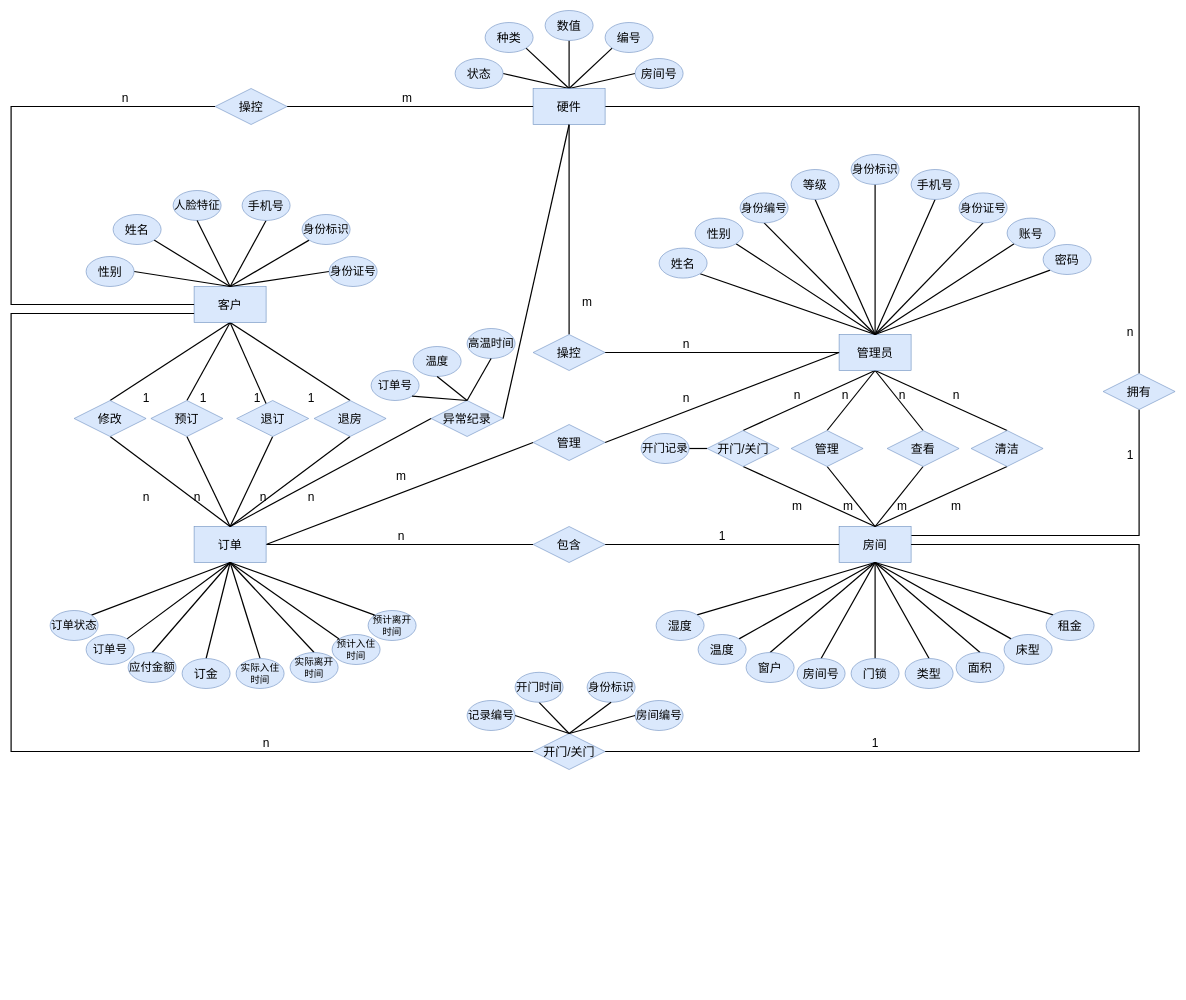
Before: docs/src/E-R图.drawio in AndSonder/smart-hotel-database, a draw.io diagram. Source tidied: cells renumbered, new cells numbered last; positions are measured from the earlier drawing's top-left corner, leaving out a move shared by most shapes. Both pictures are drawn from the tidied source at 60%, with x=0, y=0 at pixel (11, 10).
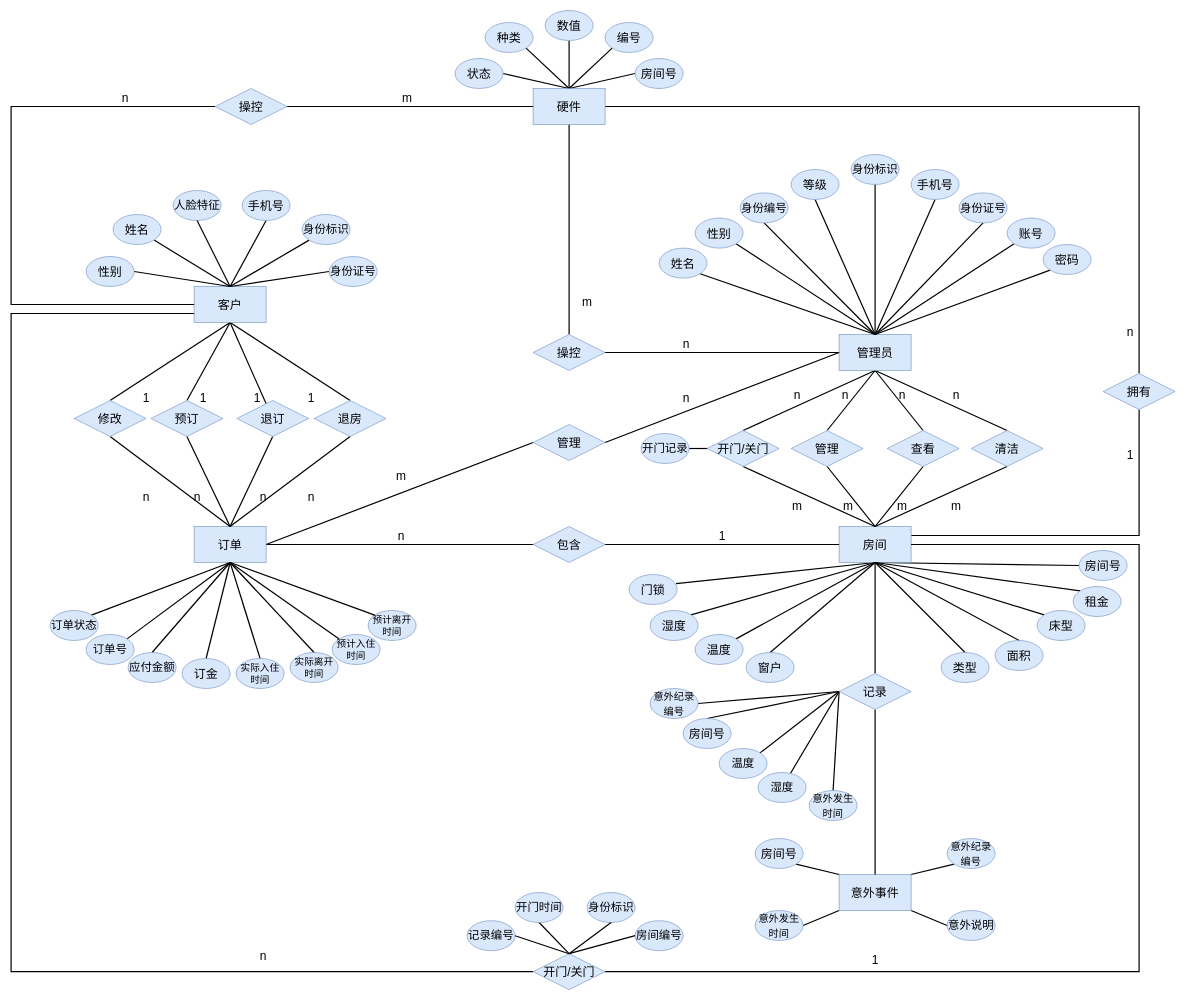
After the change.

Unchanged cells that the change refers to:
```xml
<mxCell id="6" value="客户" style="rounded=0;whiteSpace=wrap;html=1;fillColor=#dae8fc;strokeColor=#6c8ebf;fontSize=20;" parent="1" vertex="1">
  <mxGeometry x="305" y="460" width="120" height="60" as="geometry" />
</mxCell>
<mxCell id="9" value="订单" style="rounded=0;whiteSpace=wrap;html=1;fillColor=#dae8fc;strokeColor=#6c8ebf;fontSize=20;" parent="1" vertex="1">
  <mxGeometry x="305" y="860" width="120" height="60" as="geometry" />
</mxCell>
<mxCell id="16" value="房间" style="rounded=0;whiteSpace=wrap;html=1;fillColor=#dae8fc;strokeColor=#6c8ebf;fontSize=20;" parent="1" vertex="1">
  <mxGeometry x="1380" y="860" width="120" height="60" as="geometry" />
</mxCell>
<mxCell id="36" value="硬件" style="rounded=0;whiteSpace=wrap;html=1;fillColor=#dae8fc;strokeColor=#6c8ebf;fontSize=20;" parent="1" vertex="1">
  <mxGeometry x="870" y="130" width="120" height="60" as="geometry" />
</mxCell>
```

What changed in the source:
```diff
@@
+    <mxCell id="172" style="edgeStyle=none;rounded=0;jettySize=auto;html=1;exitX=0.5;exitY=1;exitDx=0;exitDy=0;entryX=0.979;entryY=0.307;entryDx=0;entryDy=0;entryPerimeter=0;endArrow=none;endFill=0;strokeWidth=2;" parent="1" edge="1" source="16" target="141">
+      <mxGeometry relative="1" as="geometry" />
+    </mxCell>
+    <mxCell id="173" style="edgeStyle=none;rounded=0;jettySize=auto;html=1;exitX=0.5;exitY=1;exitDx=0;exitDy=0;entryX=0.5;entryY=0;entryDx=0;entryDy=0;endArrow=none;endFill=0;strokeWidth=2;" parent="1" edge="1" source="16" target="186">
+      <mxGeometry relative="1" as="geometry" />
+    </mxCell>
+    <mxCell id="174" style="edgeStyle=none;rounded=0;jettySize=auto;html=1;exitX=0.5;exitY=1;exitDx=0;exitDy=0;entryX=0;entryY=0.5;entryDx=0;entryDy=0;endArrow=none;endFill=0;strokeWidth=2;" parent="1" edge="1" source="16" target="131">
+      <mxGeometry relative="1" as="geometry" />
+    </mxCell>
@@
     <mxCell id="69" style="edgeStyle=orthogonalEdgeStyle;rounded=0;jettySize=auto;html=1;exitX=0;exitY=0.5;exitDx=0;exitDy=0;entryX=0;entryY=0.75;entryDx=0;entryDy=0;strokeWidth=2;endArrow=none;endFill=0;" parent="1" edge="1" source="71" target="6">
       <mxGeometry relative="1" as="geometry">
         <Array as="points">
-          <mxPoint y="1235" />
+          <mxPoint y="1602" />
           <mxPoint y="505" />
         </Array>
       </mxGeometry>
     </mxCell>
     <mxCell id="70" style="edgeStyle=orthogonalEdgeStyle;rounded=0;jettySize=auto;html=1;exitX=1;exitY=0.5;exitDx=0;exitDy=0;entryX=1;entryY=0.5;entryDx=0;entryDy=0;endArrow=none;endFill=0;strokeWidth=2;" parent="1" edge="1" source="71" target="16">
       <mxGeometry relative="1" as="geometry">
         <Array as="points">
-          <mxPoint x="1880" y="1235" />
+          <mxPoint x="1880" y="1602" />
           <mxPoint x="1880" y="890" />
         </Array>
       </mxGeometry>
     </mxCell>
     <mxCell id="71" value="开门/关门" style="rhombus;whiteSpace=wrap;html=1;fillColor=#dae8fc;strokeColor=#6c8ebf;fontSize=20;" parent="1" vertex="1">
-      <mxGeometry x="870" y="1205" width="120" height="60" as="geometry" />
+      <mxGeometry x="870" y="1572" width="120" height="60" as="geometry" />
     </mxCell>
     <mxCell id="72" value="n" style="text;html=1;align=center;verticalAlign=middle;strokeColor=none;fontSize=20;" parent="1" vertex="1">
-      <mxGeometry x="410" y="1205" width="30" height="30" as="geometry" />
+      <mxGeometry x="405" y="1560" width="30" height="30" as="geometry" />
     </mxCell>
     <mxCell id="73" value="1" style="text;html=1;align=center;verticalAlign=middle;strokeColor=none;fontSize=20;" parent="1" vertex="1">
-      <mxGeometry x="1425" y="1205" width="30" height="30" as="geometry" />
+      <mxGeometry x="1425" y="1567" width="30" height="30" as="geometry" />
     </mxCell>
@@
     <mxCell id="83" value="温度" style="ellipse;whiteSpace=wrap;html=1;fontSize=20;fillColor=#dae8fc;strokeColor=#6c8ebf;" parent="1" vertex="1">
-      <mxGeometry x="1145" y="1040" width="80" height="50" as="geometry" />
+      <mxGeometry x="1140" y="1040" width="80" height="50" as="geometry" />
     </mxCell>
@@
     <mxCell id="85" value="湿度" style="ellipse;whiteSpace=wrap;html=1;fontSize=20;fillColor=#dae8fc;strokeColor=#6c8ebf;" parent="1" vertex="1">
-      <mxGeometry x="1075" y="1000" width="80" height="50" as="geometry" />
+      <mxGeometry x="1065" y="1000" width="80" height="50" as="geometry" />
     </mxCell>
@@
-    <mxCell id="130" style="edgeStyle=none;rounded=0;jettySize=auto;html=1;exitX=0.5;exitY=0;exitDx=0;exitDy=0;entryX=0.5;entryY=1;entryDx=0;entryDy=0;fontSize=20;startArrow=none;startFill=0;endArrow=none;endFill=0;strokeWidth=2;" parent="1" edge="1" source="131" target="16">
-      <mxGeometry relative="1" as="geometry" />
-    </mxCell>
     <mxCell id="131" value="房间号" style="ellipse;whiteSpace=wrap;html=1;fontSize=20;fillColor=#dae8fc;strokeColor=#6c8ebf;" parent="1" vertex="1">
-      <mxGeometry x="1310" y="1080" width="80" height="50" as="geometry" />
+      <mxGeometry x="1780" y="900" width="80" height="50" as="geometry" />
     </mxCell>
@@
     <mxCell id="133" value="类型" style="ellipse;whiteSpace=wrap;html=1;fontSize=20;fillColor=#dae8fc;strokeColor=#6c8ebf;" parent="1" vertex="1">
-      <mxGeometry x="1490" y="1080" width="80" height="50" as="geometry" />
+      <mxGeometry x="1550" y="1070" width="80" height="50" as="geometry" />
     </mxCell>
@@
     <mxCell id="135" value="床型" style="ellipse;whiteSpace=wrap;html=1;fontSize=20;fillColor=#dae8fc;strokeColor=#6c8ebf;" parent="1" vertex="1">
-      <mxGeometry x="1655" y="1040" width="80" height="50" as="geometry" />
+      <mxGeometry x="1710" y="1000" width="80" height="50" as="geometry" />
     </mxCell>
@@
     <mxCell id="137" value="面积" style="ellipse;whiteSpace=wrap;html=1;fontSize=20;fillColor=#dae8fc;strokeColor=#6c8ebf;" parent="1" vertex="1">
-      <mxGeometry x="1575" y="1070" width="80" height="50" as="geometry" />
+      <mxGeometry x="1640" y="1050" width="80" height="50" as="geometry" />
     </mxCell>
@@
-    <mxCell id="140" style="edgeStyle=none;rounded=0;jettySize=auto;html=1;exitX=0.5;exitY=0;exitDx=0;exitDy=0;entryX=0.5;entryY=1;entryDx=0;entryDy=0;fontSize=20;startArrow=none;startFill=0;endArrow=none;endFill=0;strokeWidth=2;" parent="1" edge="1" source="141" target="16">
-      <mxGeometry relative="1" as="geometry" />
-    </mxCell>
     <mxCell id="141" value="门锁" style="ellipse;whiteSpace=wrap;html=1;fontSize=20;fillColor=#dae8fc;strokeColor=#6c8ebf;" parent="1" vertex="1">
-      <mxGeometry x="1400" y="1080" width="80" height="50" as="geometry" />
+      <mxGeometry x="1030" y="940" width="80" height="50" as="geometry" />
     </mxCell>
@@
     <mxCell id="143" value="租金" style="ellipse;whiteSpace=wrap;html=1;fontSize=20;fillColor=#dae8fc;strokeColor=#6c8ebf;" parent="1" vertex="1">
-      <mxGeometry x="1725" y="1000" width="80" height="50" as="geometry" />
+      <mxGeometry x="1770" y="960" width="80" height="50" as="geometry" />
     </mxCell>
@@
     <mxCell id="146" value="开门时间" style="ellipse;whiteSpace=wrap;html=1;fontSize=19;fillColor=#dae8fc;strokeColor=#6c8ebf;" parent="1" vertex="1">
-      <mxGeometry x="840" y="1103" width="80" height="50" as="geometry" />
+      <mxGeometry x="840" y="1470" width="80" height="50" as="geometry" />
     </mxCell>
@@
     <mxCell id="154" value="身份标识" style="ellipse;whiteSpace=wrap;html=1;fontSize=19;fillColor=#dae8fc;strokeColor=#6c8ebf;" parent="1" vertex="1">
-      <mxGeometry x="960" y="1103" width="80" height="50" as="geometry" />
+      <mxGeometry x="960" y="1470" width="80" height="50" as="geometry" />
     </mxCell>
     <mxCell id="155" value="房间编号" style="ellipse;whiteSpace=wrap;html=1;fontSize=19;fillColor=#dae8fc;strokeColor=#6c8ebf;" parent="1" vertex="1">
-      <mxGeometry x="1040" y="1150" width="80" height="50" as="geometry" />
+      <mxGeometry x="1040" y="1517" width="80" height="50" as="geometry" />
     </mxCell>
     <mxCell id="156" value="记录编号" style="ellipse;whiteSpace=wrap;html=1;fontSize=19;fillColor=#dae8fc;strokeColor=#6c8ebf;" parent="1" vertex="1">
-      <mxGeometry x="760" y="1150" width="80" height="50" as="geometry" />
+      <mxGeometry x="760" y="1517" width="80" height="50" as="geometry" />
     </mxCell>
@@
-    <mxCell id="160" value="异常纪录" style="rhombus;whiteSpace=wrap;html=1;fillColor=#dae8fc;strokeColor=#6c8ebf;fontSize=20;" parent="1" vertex="1">
-      <mxGeometry x="700" y="650" width="120" height="60" as="geometry" />
-    </mxCell>
-    <mxCell id="161" style="endArrow=none;html=1;fontSize=19;strokeWidth=2;exitX=0.5;exitY=0;exitDx=0;exitDy=0;entryX=0;entryY=0.5;entryDx=0;entryDy=0;" parent="1" edge="1" source="9" target="160">
-      <mxGeometry relative="1" as="geometry" />
-    </mxCell>
-    <mxCell id="162" style="endArrow=none;html=1;fontSize=19;strokeWidth=2;entryX=0.5;entryY=1;entryDx=0;entryDy=0;exitX=1;exitY=0.5;exitDx=0;exitDy=0;" parent="1" edge="1" source="160" target="36">
-      <mxGeometry relative="1" as="geometry" />
-    </mxCell>
-    <mxCell id="163" value="&lt;span style=&quot;font-size: 19px&quot;&gt;订单号&lt;/span&gt;" style="ellipse;whiteSpace=wrap;html=1;fontSize=20;fillColor=#dae8fc;strokeColor=#6c8ebf;" parent="1" vertex="1">
-      <mxGeometry x="600" y="600" width="80" height="50" as="geometry" />
-    </mxCell>
-    <mxCell id="164" value="&lt;span style=&quot;font-size: 19px&quot;&gt;温度&lt;/span&gt;" style="ellipse;whiteSpace=wrap;html=1;fontSize=20;fillColor=#dae8fc;strokeColor=#6c8ebf;" parent="1" vertex="1">
-      <mxGeometry x="670" y="560" width="80" height="50" as="geometry" />
-    </mxCell>
-    <mxCell id="165" value="&lt;span style=&quot;font-size: 19px&quot;&gt;高温时间&lt;/span&gt;" style="ellipse;whiteSpace=wrap;html=1;fontSize=20;fillColor=#dae8fc;strokeColor=#6c8ebf;" parent="1" vertex="1">
-      <mxGeometry x="760" y="530" width="80" height="50" as="geometry" />
-    </mxCell>
-    <mxCell id="166" style="endArrow=none;html=1;fontSize=19;strokeWidth=2;entryX=0.5;entryY=0;entryDx=0;entryDy=0;exitX=0.5;exitY=1;exitDx=0;exitDy=0;" parent="1" edge="1" source="164" target="160">
-      <mxGeometry relative="1" as="geometry" />
-    </mxCell>
-    <mxCell id="167" style="endArrow=none;html=1;fontSize=19;strokeWidth=2;entryX=0.5;entryY=0;entryDx=0;entryDy=0;exitX=0.5;exitY=1;exitDx=0;exitDy=0;" parent="1" edge="1" source="165" target="160">
-      <mxGeometry relative="1" as="geometry" />
-    </mxCell>
-    <mxCell id="168" style="endArrow=none;html=1;fontSize=19;strokeWidth=2;exitX=1;exitY=1;exitDx=0;exitDy=0;entryX=0.5;entryY=0;entryDx=0;entryDy=0;" parent="1" edge="1" source="163" target="160">
-      <mxGeometry relative="1" as="geometry" />
-    </mxCell>
@@
-    <mxCell id="171" style="edgeStyle=none;rounded=0;orthogonalLoop=1;jettySize=auto;html=1;exitX=1;exitY=1;exitDx=0;exitDy=0;fontSize=19;strokeWidth=2;" parent="1" edge="1" source="160" target="160">
-      <mxGeometry relative="1" as="geometry" />
+    <mxCell id="171" style="edgeStyle=none;rounded=0;orthogonalLoop=1;jettySize=auto;html=1;exitX=1;exitY=1;exitDx=0;exitDy=0;fontSize=19;strokeWidth=2;" parent="1" edge="1">
+      <mxGeometry relative="1" as="geometry">
+        <mxPoint x="790" y="695" as="sourcePoint" />
+        <mxPoint x="790" y="695" as="targetPoint" />
+      </mxGeometry>
     </mxCell>
+    <mxCell id="175" style="edgeStyle=none;rounded=0;jettySize=auto;html=1;exitX=1;exitY=0;exitDx=0;exitDy=0;entryX=0;entryY=1;entryDx=0;entryDy=0;endArrow=none;endFill=0;strokeWidth=2;" parent="1" edge="1" source="179" target="188">
+      <mxGeometry relative="1" as="geometry" />
+    </mxCell>
+    <mxCell id="176" style="edgeStyle=none;rounded=0;jettySize=auto;html=1;exitX=1;exitY=1;exitDx=0;exitDy=0;entryX=0;entryY=0.5;entryDx=0;entryDy=0;endArrow=none;endFill=0;strokeWidth=2;" parent="1" edge="1" source="179" target="190">
+      <mxGeometry relative="1" as="geometry" />
+    </mxCell>
+    <mxCell id="177" style="edgeStyle=none;rounded=0;jettySize=auto;html=1;exitX=0;exitY=0;exitDx=0;exitDy=0;entryX=1;entryY=1;entryDx=0;entryDy=0;endArrow=none;endFill=0;strokeWidth=2;" parent="1" edge="1" source="179" target="187">
+      <mxGeometry relative="1" as="geometry" />
+    </mxCell>
+    <mxCell id="178" style="edgeStyle=none;rounded=0;jettySize=auto;html=1;exitX=0;exitY=1;exitDx=0;exitDy=0;entryX=1;entryY=0.5;entryDx=0;entryDy=0;endArrow=none;endFill=0;strokeWidth=2;" parent="1" edge="1" source="179" target="189">
+      <mxGeometry relative="1" as="geometry" />
+    </mxCell>
+    <mxCell id="179" value="意外事件" style="rounded=0;whiteSpace=wrap;html=1;fillColor=#dae8fc;strokeColor=#6c8ebf;fontSize=20;" parent="1" vertex="1">
+      <mxGeometry x="1380" y="1440" width="120" height="60" as="geometry" />
+    </mxCell>
+    <mxCell id="180" style="edgeStyle=none;rounded=0;jettySize=auto;html=1;exitX=0.5;exitY=1;exitDx=0;exitDy=0;entryX=0.5;entryY=0;entryDx=0;entryDy=0;endArrow=none;endFill=0;strokeWidth=2;" parent="1" edge="1" source="186" target="179">
+      <mxGeometry relative="1" as="geometry" />
+    </mxCell>
+    <mxCell id="181" style="edgeStyle=none;rounded=0;jettySize=auto;html=1;exitX=0;exitY=0.5;exitDx=0;exitDy=0;entryX=0.5;entryY=0;entryDx=0;entryDy=0;endArrow=none;endFill=0;strokeWidth=2;" parent="1" edge="1" source="186" target="194">
+      <mxGeometry relative="1" as="geometry" />
+    </mxCell>
+    <mxCell id="182" style="edgeStyle=none;rounded=0;jettySize=auto;html=1;exitX=0;exitY=0.5;exitDx=0;exitDy=0;entryX=1;entryY=0.5;entryDx=0;entryDy=0;endArrow=none;endFill=0;strokeWidth=2;" parent="1" edge="1" source="186" target="191">
+      <mxGeometry relative="1" as="geometry" />
+    </mxCell>
+    <mxCell id="183" style="edgeStyle=none;rounded=0;jettySize=auto;html=1;exitX=0;exitY=0.5;exitDx=0;exitDy=0;entryX=1;entryY=0;entryDx=0;entryDy=0;endArrow=none;endFill=0;strokeWidth=2;" parent="1" edge="1" source="186" target="164">
+      <mxGeometry relative="1" as="geometry" />
+    </mxCell>
+    <mxCell id="184" style="edgeStyle=none;rounded=0;jettySize=auto;html=1;exitX=0;exitY=0.5;exitDx=0;exitDy=0;endArrow=none;endFill=0;strokeWidth=2;" parent="1" edge="1" source="186" target="192">
+      <mxGeometry relative="1" as="geometry" />
+    </mxCell>
+    <mxCell id="185" style="edgeStyle=none;rounded=0;jettySize=auto;html=1;exitX=0;exitY=0.5;exitDx=0;exitDy=0;entryX=0.5;entryY=0;entryDx=0;entryDy=0;endArrow=none;endFill=0;strokeWidth=2;" parent="1" edge="1" source="186" target="193">
+      <mxGeometry relative="1" as="geometry" />
+    </mxCell>
+    <mxCell id="186" value="记录" style="rhombus;whiteSpace=wrap;html=1;fillColor=#dae8fc;strokeColor=#6c8ebf;fontSize=20;" parent="1" vertex="1">
+      <mxGeometry x="1380" y="1105" width="120" height="60" as="geometry" />
+    </mxCell>
+    <mxCell id="187" value="房间号" style="ellipse;whiteSpace=wrap;html=1;fontSize=20;fillColor=#dae8fc;strokeColor=#6c8ebf;" parent="1" vertex="1">
+      <mxGeometry x="1240" y="1380" width="80" height="50" as="geometry" />
+    </mxCell>
+    <mxCell id="188" value="&lt;font style=&quot;font-size: 17px&quot;&gt;意外纪录编号&lt;/font&gt;" style="ellipse;whiteSpace=wrap;html=1;fontSize=20;fillColor=#dae8fc;strokeColor=#6c8ebf;" parent="1" vertex="1">
+      <mxGeometry x="1560" y="1380" width="80" height="50" as="geometry" />
+    </mxCell>
+    <mxCell id="189" value="&lt;font style=&quot;font-size: 17px&quot;&gt;意外发生时间&lt;/font&gt;" style="ellipse;whiteSpace=wrap;html=1;fontSize=20;fillColor=#dae8fc;strokeColor=#6c8ebf;" parent="1" vertex="1">
+      <mxGeometry x="1240" y="1500" width="80" height="50" as="geometry" />
+    </mxCell>
+    <mxCell id="190" value="&lt;font style=&quot;font-size: 19px&quot;&gt;意外说明&lt;/font&gt;" style="ellipse;whiteSpace=wrap;html=1;fontSize=20;fillColor=#dae8fc;strokeColor=#6c8ebf;" parent="1" vertex="1">
+      <mxGeometry x="1560" y="1500" width="80" height="50" as="geometry" />
+    </mxCell>
+    <mxCell id="191" value="&lt;font style=&quot;font-size: 17px&quot;&gt;意外纪录编号&lt;/font&gt;" style="ellipse;whiteSpace=wrap;html=1;fontSize=20;fillColor=#dae8fc;strokeColor=#6c8ebf;" parent="1" vertex="1">
+      <mxGeometry x="1065" y="1130" width="80" height="50" as="geometry" />
+    </mxCell>
+    <mxCell id="192" value="&lt;span style=&quot;font-size: 19px&quot;&gt;湿度&lt;/span&gt;" style="ellipse;whiteSpace=wrap;html=1;fontSize=20;fillColor=#dae8fc;strokeColor=#6c8ebf;" parent="1" vertex="1">
+      <mxGeometry x="1245" y="1270" width="80" height="50" as="geometry" />
+    </mxCell>
+    <mxCell id="193" value="&lt;font style=&quot;font-size: 17px&quot;&gt;意外发生时间&lt;/font&gt;" style="ellipse;whiteSpace=wrap;html=1;fontSize=20;fillColor=#dae8fc;strokeColor=#6c8ebf;" parent="1" vertex="1">
+      <mxGeometry x="1330" y="1300" width="80" height="50" as="geometry" />
+    </mxCell>
+    <mxCell id="194" value="房间号" style="ellipse;whiteSpace=wrap;html=1;fontSize=20;fillColor=#dae8fc;strokeColor=#6c8ebf;" parent="1" vertex="1">
+      <mxGeometry x="1120" y="1180" width="80" height="50" as="geometry" />
+    </mxCell>
+    <mxCell id="164" value="&lt;span style=&quot;font-size: 19px&quot;&gt;温度&lt;/span&gt;" style="ellipse;whiteSpace=wrap;html=1;fontSize=20;fillColor=#dae8fc;strokeColor=#6c8ebf;" parent="1" vertex="1">
+      <mxGeometry x="1180" y="1230" width="80" height="50" as="geometry" />
+    </mxCell>
```
